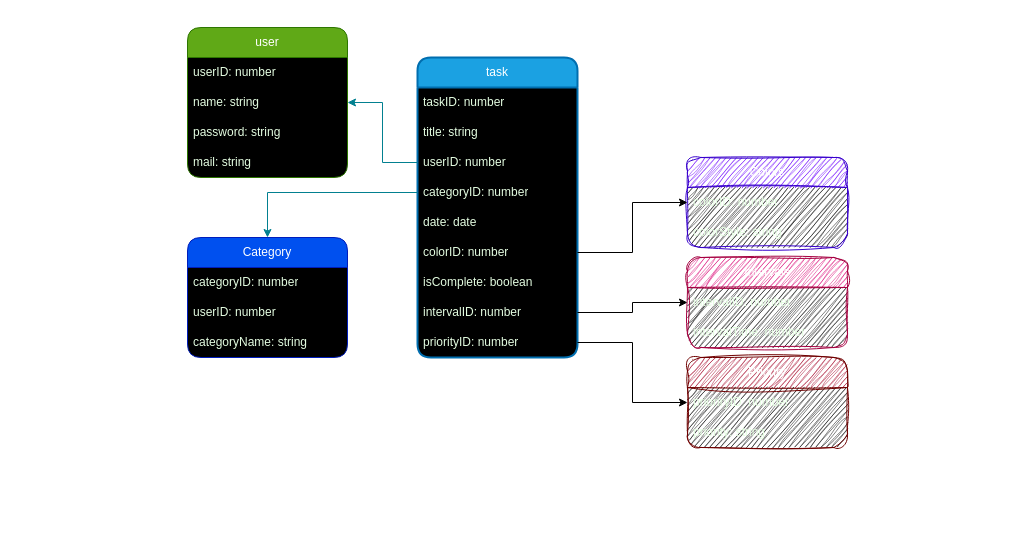
Above: todoEntityModels.drawio in Alexeykoh/CRUD_TODO (draw.io), before the change. Source tidied: cells renumbered, new cells numbered last; positions are measured from the earlier drawing's top-left corner, leaving out a move shared by most shapes. Both pictures are drawn from the tidied source at 100%, with x=0, y=0 at pixel (187, 27).
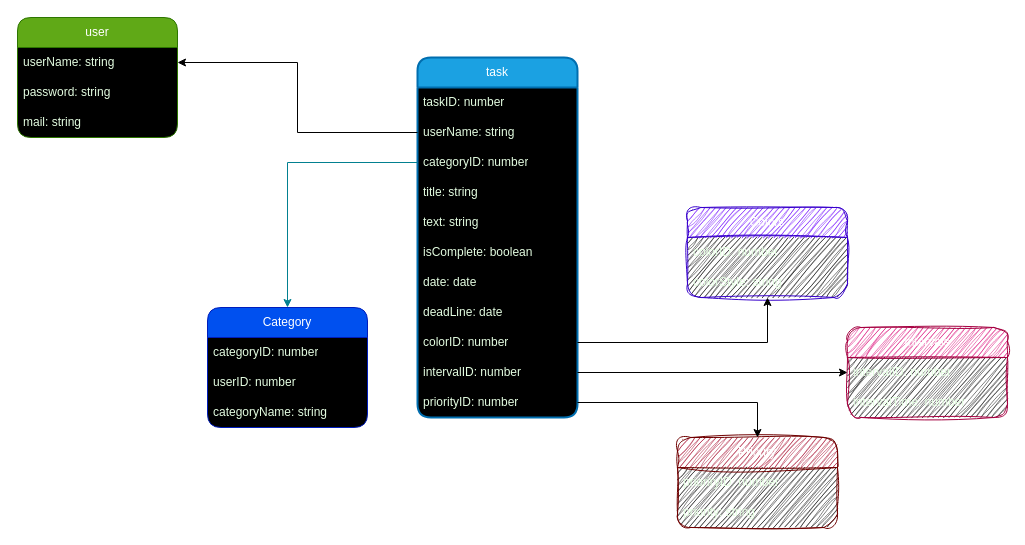
The same diagram, later.

Change to the diagram source:
```diff
@@
     <mxCell id="2" value="user" style="swimlane;fontStyle=0;horizontal=1;startSize=30;whiteSpace=wrap;html=1;labelBackgroundColor=none;fillColor=#60a917;strokeColor=#2D7600;fontColor=#ffffff;rounded=1;swimlaneFillColor=#000000;" parent="1" vertex="1">
-      <mxGeometry width="160" height="150" as="geometry" />
+      <mxGeometry x="-170" y="-10" width="160" height="120" as="geometry" />
     </mxCell>
-    <mxCell id="3" value="userID: number" style="text;strokeColor=none;fillColor=none;align=left;verticalAlign=middle;spacingLeft=4;spacingRight=4;overflow=hidden;whiteSpace=wrap;html=1;labelBackgroundColor=none;fontColor=#E4FDE1;" parent="2" vertex="1">
-      <mxGeometry y="30" width="160" height="30" as="geometry" />
-    </mxCell>
-    <mxCell id="4" value="name: string" style="text;strokeColor=none;fillColor=none;align=left;verticalAlign=middle;spacingLeft=4;spacingRight=4;overflow=hidden;points=[[0,0.5],[1,0.5]];portConstraint=eastwest;whiteSpace=wrap;html=1;labelBackgroundColor=none;fontColor=#E4FDE1;" parent="2" vertex="1">
-      <mxGeometry y="60" width="160" height="30" as="geometry" />
+    <mxCell id="4" value="userName: string" style="text;strokeColor=none;fillColor=none;align=left;verticalAlign=middle;spacingLeft=4;spacingRight=4;overflow=hidden;points=[[0,0.5],[1,0.5]];portConstraint=eastwest;whiteSpace=wrap;html=1;labelBackgroundColor=none;fontColor=#E4FDE1;" parent="2" vertex="1">
+      <mxGeometry y="30" width="160" height="30" as="geometry" />
     </mxCell>
     <mxCell id="5" value="password: string" style="text;strokeColor=none;fillColor=none;align=left;verticalAlign=middle;spacingLeft=4;spacingRight=4;overflow=hidden;whiteSpace=wrap;html=1;labelBackgroundColor=none;fontColor=#E4FDE1;" parent="2" vertex="1">
-      <mxGeometry y="90" width="160" height="30" as="geometry" />
+      <mxGeometry y="60" width="160" height="30" as="geometry" />
     </mxCell>
     <mxCell id="6" value="mail: string" style="text;strokeColor=none;fillColor=none;align=left;verticalAlign=middle;spacingLeft=4;spacingRight=4;overflow=hidden;whiteSpace=wrap;html=1;labelBackgroundColor=none;fontColor=#E4FDE1;" parent="2" vertex="1">
-      <mxGeometry y="120" width="160" height="30" as="geometry" />
+      <mxGeometry y="90" width="160" height="30" as="geometry" />
     </mxCell>
     <mxCell id="7" value="task" style="swimlane;fontStyle=0;horizontal=1;startSize=30;whiteSpace=wrap;html=1;labelBackgroundColor=none;fillColor=#1ba1e2;strokeColor=#006EAF;fontColor=#ffffff;rounded=1;swimlaneFillColor=#000000;strokeWidth=2;gradientColor=none;fillStyle=solid;perimeterSpacing=2;" parent="1" vertex="1">
-      <mxGeometry x="230" y="30" width="160" height="300" as="geometry" />
+      <mxGeometry x="230" y="30" width="160" height="360" as="geometry" />
     </mxCell>
@@
-    <mxCell id="9" value="title: string" style="text;strokeColor=none;fillColor=none;align=left;verticalAlign=middle;spacingLeft=4;spacingRight=4;overflow=hidden;whiteSpace=wrap;html=1;fontStyle=0;labelBackgroundColor=none;fontColor=#E4FDE1;" parent="7" vertex="1">
-      <mxGeometry y="60" width="160" height="30" as="geometry" />
-    </mxCell>
-    <mxCell id="10" value="userID: number" style="text;strokeColor=none;fillColor=none;align=left;verticalAlign=middle;spacingLeft=4;spacingRight=4;overflow=hidden;points=[[0,0.5],[1,0.5]];portConstraint=eastwest;whiteSpace=wrap;html=1;fontStyle=0;labelBackgroundColor=none;fontColor=#E4FDE1;" parent="7" vertex="1">
-      <mxGeometry y="90" width="160" height="30" as="geometry" />
+    <mxCell id="10" value="userName: string" style="text;strokeColor=none;fillColor=none;align=left;verticalAlign=middle;spacingLeft=4;spacingRight=4;overflow=hidden;points=[[0,0.5],[1,0.5]];portConstraint=eastwest;whiteSpace=wrap;html=1;fontStyle=0;labelBackgroundColor=none;fontColor=#E4FDE1;" parent="7" vertex="1">
+      <mxGeometry y="60" width="160" height="30" as="geometry" />
     </mxCell>
     <mxCell id="11" value="categoryID: number" style="text;strokeColor=none;fillColor=none;align=left;verticalAlign=middle;spacingLeft=4;spacingRight=4;overflow=hidden;points=[[0,0.5],[1,0.5]];portConstraint=eastwest;whiteSpace=wrap;html=1;fontStyle=0;labelBackgroundColor=none;fontColor=#E4FDE1;" parent="7" vertex="1">
-      <mxGeometry y="120" width="160" height="30" as="geometry" />
+      <mxGeometry y="90" width="160" height="30" as="geometry" />
     </mxCell>
+    <mxCell id="9" value="title: string" style="text;strokeColor=none;fillColor=none;align=left;verticalAlign=middle;spacingLeft=4;spacingRight=4;overflow=hidden;whiteSpace=wrap;html=1;fontStyle=0;labelBackgroundColor=none;fontColor=#E4FDE1;" parent="7" vertex="1">
+      <mxGeometry y="120" width="160" height="30" as="geometry" />
+    </mxCell>
+    <mxCell id="35" value="text: string" style="text;strokeColor=none;fillColor=none;align=left;verticalAlign=middle;spacingLeft=4;spacingRight=4;overflow=hidden;whiteSpace=wrap;html=1;fontStyle=0;labelBackgroundColor=none;fontColor=#E4FDE1;" parent="7" vertex="1">
+      <mxGeometry y="150" width="160" height="30" as="geometry" />
+    </mxCell>
+    <mxCell id="14" value="isComplete: boolean" style="text;strokeColor=none;fillColor=none;align=left;verticalAlign=middle;spacingLeft=4;spacingRight=4;overflow=hidden;whiteSpace=wrap;html=1;fontStyle=0;labelBackgroundColor=none;fontColor=#E4FDE1;" parent="7" vertex="1">
+      <mxGeometry y="180" width="160" height="30" as="geometry" />
+    </mxCell>
     <mxCell id="12" value="date: date" style="text;strokeColor=none;fillColor=none;align=left;verticalAlign=middle;spacingLeft=4;spacingRight=4;overflow=hidden;whiteSpace=wrap;html=1;fontStyle=0;labelBackgroundColor=none;fontColor=#E4FDE1;" parent="7" vertex="1">
-      <mxGeometry y="150" width="160" height="30" as="geometry" />
+      <mxGeometry y="210" width="160" height="30" as="geometry" />
     </mxCell>
+    <mxCell id="36" value="deadLine: date" style="text;strokeColor=none;fillColor=none;align=left;verticalAlign=middle;spacingLeft=4;spacingRight=4;overflow=hidden;whiteSpace=wrap;html=1;fontStyle=0;labelBackgroundColor=none;fontColor=#E4FDE1;" parent="7" vertex="1">
+      <mxGeometry y="240" width="160" height="30" as="geometry" />
+    </mxCell>
     <mxCell id="13" value="colorID: number" style="text;strokeColor=none;fillColor=none;align=left;verticalAlign=middle;spacingLeft=4;spacingRight=4;overflow=hidden;points=[[0,0.5],[1,0.5]];portConstraint=eastwest;whiteSpace=wrap;html=1;fontStyle=0;labelBackgroundColor=none;fontColor=#E4FDE1;glass=0;" parent="7" vertex="1">
-      <mxGeometry y="180" width="160" height="30" as="geometry" />
+      <mxGeometry y="270" width="160" height="30" as="geometry" />
     </mxCell>
-    <mxCell id="14" value="isComplete: boolean" style="text;strokeColor=none;fillColor=none;align=left;verticalAlign=middle;spacingLeft=4;spacingRight=4;overflow=hidden;whiteSpace=wrap;html=1;fontStyle=0;labelBackgroundColor=none;fontColor=#E4FDE1;" parent="7" vertex="1">
-      <mxGeometry y="210" width="160" height="30" as="geometry" />
-    </mxCell>
     <mxCell id="15" value="intervalID: number" style="text;strokeColor=none;fillColor=none;align=left;verticalAlign=middle;spacingLeft=4;spacingRight=4;overflow=hidden;points=[[0,0.5],[1,0.5]];portConstraint=eastwest;whiteSpace=wrap;html=1;fontStyle=0;labelBackgroundColor=none;fontColor=#E4FDE1;" parent="7" vertex="1">
-      <mxGeometry y="240" width="160" height="30" as="geometry" />
+      <mxGeometry y="300" width="160" height="30" as="geometry" />
     </mxCell>
     <mxCell id="16" value="priorityID: number" style="text;strokeColor=none;fillColor=none;align=left;verticalAlign=middle;spacingLeft=4;spacingRight=4;overflow=hidden;points=[[0,0.5],[1,0.5]];portConstraint=eastwest;whiteSpace=wrap;html=1;fontStyle=0;labelBackgroundColor=none;fontColor=#E4FDE1;" parent="7" vertex="1">
-      <mxGeometry y="270" width="160" height="30" as="geometry" />
+      <mxGeometry y="330" width="160" height="30" as="geometry" />
     </mxCell>
     <mxCell id="17" value="Category" style="swimlane;fontStyle=0;horizontal=1;startSize=30;whiteSpace=wrap;html=1;labelBackgroundColor=none;fillColor=#0050ef;strokeColor=#001DBC;fontColor=#ffffff;rounded=1;swimlaneFillColor=#000000;" parent="1" vertex="1">
-      <mxGeometry y="210" width="160" height="120" as="geometry" />
+      <mxGeometry x="20" y="280" width="160" height="120" as="geometry" />
     </mxCell>
@@
-    <mxCell id="21" style="edgeStyle=orthogonalEdgeStyle;rounded=0;jettySize=auto;html=1;labelBackgroundColor=none;fontColor=default;strokeColor=#028090;" parent="1" edge="1" source="10" target="2">
-      <mxGeometry relative="1" as="geometry" />
-    </mxCell>
@@
     <mxCell id="23" value="Colors" style="swimlane;fontStyle=0;horizontal=1;startSize=30;whiteSpace=wrap;html=1;labelBackgroundColor=none;fillColor=#6a00ff;strokeColor=#3700CC;fontColor=#ffffff;rounded=1;swimlaneFillColor=#000000;sketch=1;curveFitting=1;jiggle=2;" parent="1" vertex="1">
-      <mxGeometry x="500" y="130" width="160" height="90" as="geometry" />
+      <mxGeometry x="500" y="180" width="160" height="90" as="geometry" />
     </mxCell>
@@
     <mxCell id="27" value="Intervals" style="swimlane;fontStyle=0;horizontal=1;startSize=30;whiteSpace=wrap;html=1;labelBackgroundColor=none;fillColor=#d80073;strokeColor=#A50040;fontColor=#ffffff;rounded=1;shadow=0;swimlaneLine=1;glass=0;swimlaneFillColor=#000000;sketch=1;curveFitting=1;jiggle=2;" parent="1" vertex="1">
-      <mxGeometry x="500" y="230" width="160" height="90" as="geometry" />
+      <mxGeometry x="660" y="300" width="160" height="90" as="geometry" />
     </mxCell>
@@
     <mxCell id="31" value="Prioriry" style="swimlane;fontStyle=0;horizontal=1;startSize=30;whiteSpace=wrap;html=1;labelBackgroundColor=none;fillColor=#a20025;strokeColor=#6F0000;fontColor=#ffffff;rounded=1;swimlaneFillColor=#000000;sketch=1;curveFitting=1;jiggle=2;" parent="1" vertex="1">
-      <mxGeometry x="500" y="330" width="160" height="90" as="geometry" />
+      <mxGeometry x="490" y="410" width="160" height="90" as="geometry" />
     </mxCell>
@@
+    <mxCell id="37" style="edgeStyle=orthogonalEdgeStyle;rounded=0;jettySize=auto;html=1;" parent="1" edge="1" source="10" target="4">
+      <mxGeometry relative="1" as="geometry" />
+    </mxCell>
```
